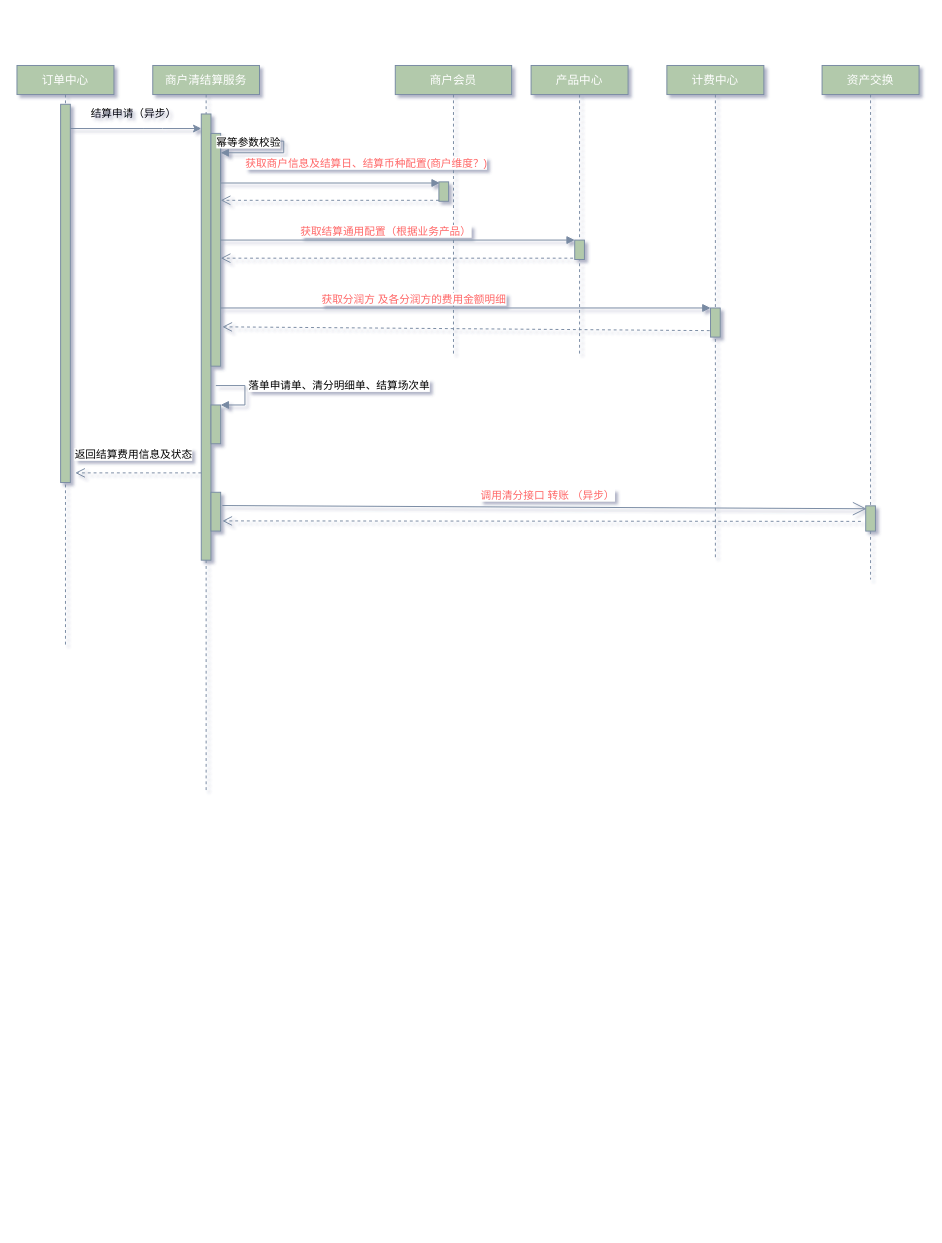
Before: merchant-settle/Untitled Diagram.drawio in DominicElvira/Diagrams, a draw.io diagram. Source tidied: cells renumbered, new cells numbered last; positions are measured from the earlier drawing's top-left corner, leaving out a move shared by most shapes. Both pictures are drawn from the tidied source at 97%, with x=0, y=0 at pixel (16, 65).
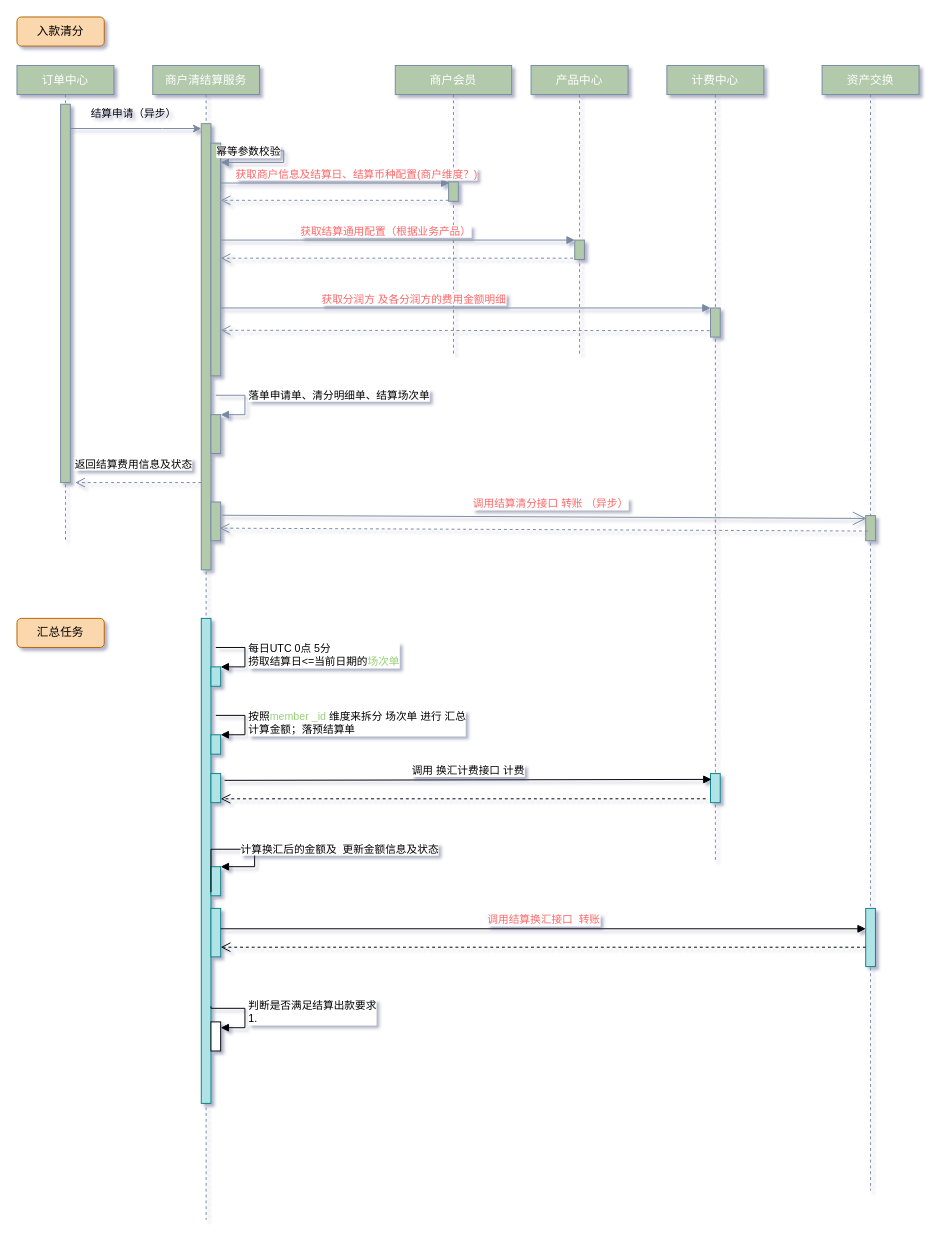
After the change.

Unchanged cells that the change refers to:
```xml
<mxCell id="13" style="html=1;points=[];perimeter=orthogonalPerimeter;fontSize=11;fontColor=#000000;strokeColor=#788AA3;fillColor=#B2C9AB;" parent="12" vertex="1">
  <mxGeometry x="45" y="250" width="10" height="30" as="geometry" />
</mxCell>
<mxCell id="16" value="商户会员" style="shape=umlLifeline;perimeter=lifelinePerimeter;shadow=0;strokeWidth=1;fillColor=#B2C9AB;strokeColor=#788AA3;fontColor=#FFFFFF;rounded=0;size=30;" parent="1" vertex="1">
  <mxGeometry x="390" width="120" height="300" as="geometry" />
</mxCell>
```

Diff of the diagram source:
```diff
@@
     <mxCell id="2" value="订单中心" style="shape=umlLifeline;perimeter=lifelinePerimeter;shadow=0;strokeWidth=1;fillColor=#B2C9AB;strokeColor=#788AA3;fontColor=#FFFFFF;rounded=0;size=30;" parent="1" vertex="1">
-      <mxGeometry width="100" height="600" as="geometry" />
+      <mxGeometry width="100" height="490" as="geometry" />
     </mxCell>
@@
     <mxCell id="4" value="商户清结算服务" style="shape=umlLifeline;perimeter=lifelinePerimeter;shadow=0;strokeWidth=1;fillColor=#B2C9AB;strokeColor=#788AA3;fontColor=#FFFFFF;rounded=0;size=30;" parent="1" vertex="1">
-      <mxGeometry x="140" width="110" height="750" as="geometry" />
+      <mxGeometry x="140" width="110" height="1190" as="geometry" />
     </mxCell>
     <mxCell id="5" style="points=[];perimeter=orthogonalPerimeter;shadow=0;strokeWidth=1;fillColor=#B2C9AB;strokeColor=#788AA3;fontColor=#46495D;rounded=0;" parent="4" vertex="1">
-      <mxGeometry x="50" y="50" width="10" height="460" as="geometry" />
+      <mxGeometry x="50" y="60" width="10" height="460" as="geometry" />
     </mxCell>
     <mxCell id="6" style="html=1;points=[];perimeter=orthogonalPerimeter;fontSize=11;fontColor=#000000;strokeColor=#788AA3;fillColor=#B2C9AB;" parent="4" vertex="1">
-      <mxGeometry x="60" y="70" width="10" height="240" as="geometry" />
+      <mxGeometry x="60" y="80" width="10" height="240" as="geometry" />
     </mxCell>
     <mxCell id="7" value="幂等参数校验" style="edgeStyle=orthogonalEdgeStyle;html=1;align=left;spacingLeft=2;endArrow=block;rounded=0;fontSize=11;fontColor=#000000;strokeColor=#788AA3;fillColor=#B2C9AB;curved=0;exitX=1.003;exitY=0.207;exitDx=0;exitDy=0;exitPerimeter=0;" parent="4" edge="1" source="6" target="6">
       <mxGeometry x="-0.55" y="8" relative="1" as="geometry">
         <Array as="points">
-          <mxPoint x="135" y="78" />
-          <mxPoint x="135" y="90" />
+          <mxPoint x="135" y="88" />
+          <mxPoint x="135" y="100" />
         </Array>
       </mxGeometry>
     </mxCell>
     <mxCell id="8" style="html=1;points=[];perimeter=orthogonalPerimeter;fontSize=11;fontColor=#000000;strokeColor=#788AA3;fillColor=#B2C9AB;" parent="4" vertex="1">
-      <mxGeometry x="60" y="350" width="10" height="40" as="geometry" />
+      <mxGeometry x="60" y="360" width="10" height="40" as="geometry" />
     </mxCell>
     <mxCell id="9" value="落单申请单、清分明细单、结算场次单" style="edgeStyle=orthogonalEdgeStyle;html=1;align=left;spacingLeft=2;endArrow=block;rounded=0;entryX=1;entryY=0;fontSize=11;fontColor=#000000;strokeColor=#788AA3;strokeWidth=1;fillColor=#B2C9AB;curved=0;jumpStyle=none;" parent="4" edge="1" target="8">
       <mxGeometry x="-0.2" relative="1" as="geometry">
-        <mxPoint x="65" y="330" as="sourcePoint" />
+        <mxPoint x="65" y="340" as="sourcePoint" />
         <Array as="points">
-          <mxPoint x="95" y="330" />
+          <mxPoint x="95" y="340" />
         </Array>
       </mxGeometry>
     </mxCell>
     <mxCell id="10" value="返回结算费用信息及状态" style="html=1;verticalAlign=bottom;endArrow=open;dashed=1;endSize=8;fontSize=11;fontColor=#000000;strokeColor=#788AA3;strokeWidth=1;fillColor=#B2C9AB;curved=0;jumpStyle=none;" parent="4" edge="1">
       <mxGeometry x="0.08" y="-10" relative="1" as="geometry">
-        <mxPoint x="50" y="420" as="sourcePoint" />
-        <mxPoint x="-80" y="420" as="targetPoint" />
+        <mxPoint x="50" y="430" as="sourcePoint" />
+        <mxPoint x="-80" y="430" as="targetPoint" />
       </mxGeometry>
     </mxCell>
     <mxCell id="11" style="html=1;points=[];perimeter=orthogonalPerimeter;fontSize=11;fontColor=#000000;strokeColor=#788AA3;fillColor=#B2C9AB;" parent="4" vertex="1">
-      <mxGeometry x="60" y="440" width="10" height="40" as="geometry" />
+      <mxGeometry x="60" y="450" width="10" height="40" as="geometry" />
     </mxCell>
+    <mxCell id="30" style="html=1;perimeter=orthogonalPerimeter;fillColor=#b0e3e6;strokeColor=#0e8088;" parent="4" vertex="1">
+      <mxGeometry x="50" y="570" width="10" height="500" as="geometry" />
+    </mxCell>
+    <mxCell id="31" style="html=1;points=[];perimeter=orthogonalPerimeter;fillColor=#b0e3e6;strokeColor=#0e8088;" parent="4" vertex="1">
+      <mxGeometry x="60" y="620" width="10" height="20" as="geometry" />
+    </mxCell>
+    <mxCell id="32" value="每日UTC 0点 5分 &lt;br&gt;捞取结算日&amp;lt;=当前日期的&lt;font color=&quot;#97d077&quot;&gt;场次单&lt;/font&gt;" style="edgeStyle=orthogonalEdgeStyle;html=1;align=left;spacingLeft=2;endArrow=block;rounded=0;entryX=1;entryY=0;" parent="4" edge="1" target="31">
+      <mxGeometry relative="1" as="geometry">
+        <mxPoint x="65" y="600" as="sourcePoint" />
+        <Array as="points">
+          <mxPoint x="95" y="600" />
+        </Array>
+      </mxGeometry>
+    </mxCell>
+    <mxCell id="33" style="html=1;points=[];perimeter=orthogonalPerimeter;fillColor=#b0e3e6;strokeColor=#0e8088;" parent="4" vertex="1">
+      <mxGeometry x="60" y="690" width="10" height="20" as="geometry" />
+    </mxCell>
+    <mxCell id="34" value="&lt;font color=&quot;#000000&quot;&gt;按照&lt;/font&gt;&lt;font color=&quot;#97d077&quot;&gt;member _id&lt;/font&gt;&lt;font color=&quot;#000000&quot;&gt; 维度来拆分 场次单 进行 汇总&lt;br&gt;计算金额；落预结算单&lt;/font&gt;" style="edgeStyle=orthogonalEdgeStyle;html=1;align=left;spacingLeft=2;endArrow=block;rounded=0;entryX=1;entryY=0;fontColor=#FF6666;" parent="4" edge="1" target="33">
+      <mxGeometry relative="1" as="geometry">
+        <mxPoint x="65" y="670" as="sourcePoint" />
+        <Array as="points">
+          <mxPoint x="95" y="670" />
+        </Array>
+      </mxGeometry>
+    </mxCell>
+    <mxCell id="35" style="html=1;points=[];perimeter=orthogonalPerimeter;fillColor=#b0e3e6;strokeColor=#0e8088;" parent="4" vertex="1">
+      <mxGeometry x="60" y="869" width="10" height="50" as="geometry" />
+    </mxCell>
+    <mxCell id="36" style="html=1;points=[];perimeter=orthogonalPerimeter;fillColor=#b0e3e6;strokeColor=#0e8088;" parent="4" vertex="1">
+      <mxGeometry x="60" y="826" width="10" height="30" as="geometry" />
+    </mxCell>
+    <mxCell id="37" value="&lt;font color=&quot;#000000&quot;&gt;计算换汇后的金额及&amp;nbsp; 更新金额信息及状态&lt;/font&gt;" style="edgeStyle=orthogonalEdgeStyle;html=1;align=left;spacingLeft=2;endArrow=block;rounded=0;entryX=1;entryY=0;fontColor=#97D077;exitX=1;exitY=0.741;exitDx=0;exitDy=0;exitPerimeter=0;" parent="4" edge="1" target="36">
+      <mxGeometry relative="1" as="geometry">
+        <mxPoint x="60" y="852.4" as="sourcePoint" />
+        <Array as="points">
+          <mxPoint x="105" y="808" />
+          <mxPoint x="105" y="826" />
+        </Array>
+      </mxGeometry>
+    </mxCell>
+    <mxCell id="38" style="html=1;perimeter=orthogonalPerimeter;fontColor=#000000;" parent="4" vertex="1">
+      <mxGeometry x="60" y="986" width="10" height="30" as="geometry" />
+    </mxCell>
+    <mxCell id="39" value="判断是否满足结算出款要求&lt;br&gt;1." style="edgeStyle=orthogonalEdgeStyle;html=1;align=left;spacingLeft=2;endArrow=block;rounded=0;entryX=1;entryY=0;fontColor=#000000;exitX=1;exitY=0.795;exitDx=0;exitDy=0;exitPerimeter=0;" parent="4" edge="1">
+      <mxGeometry relative="1" as="geometry">
+        <mxPoint x="60" y="970" as="sourcePoint" />
+        <mxPoint x="70" y="992" as="targetPoint" />
+        <Array as="points">
+          <mxPoint x="60" y="972" />
+          <mxPoint x="95" y="972" />
+          <mxPoint x="95" y="992" />
+        </Array>
+      </mxGeometry>
+    </mxCell>
+    <mxCell id="40" style="html=1;points=[];perimeter=orthogonalPerimeter;fillColor=#b0e3e6;strokeColor=#0e8088;" parent="4" vertex="1">
+      <mxGeometry x="60" y="730" width="10" height="30" as="geometry" />
+    </mxCell>
     <mxCell id="12" value="计费中心" style="shape=umlLifeline;perimeter=lifelinePerimeter;shadow=0;strokeWidth=1;fillColor=#B2C9AB;strokeColor=#788AA3;fontColor=#FFFFFF;rounded=0;size=30;" parent="1" vertex="1">
-      <mxGeometry x="670" width="100" height="510" as="geometry" />
+      <mxGeometry x="670" width="100" height="820" as="geometry" />
     </mxCell>
@@
+    <mxCell id="41" style="html=1;points=[];perimeter=orthogonalPerimeter;fillColor=#b0e3e6;strokeColor=#0e8088;" parent="12" vertex="1">
+      <mxGeometry x="45" y="730" width="10" height="30" as="geometry" />
+    </mxCell>
     <mxCell id="14" value="资产交换" style="shape=umlLifeline;perimeter=lifelinePerimeter;shadow=0;strokeWidth=1;fillColor=#B2C9AB;strokeColor=#788AA3;fontColor=#FFFFFF;rounded=0;size=30;" parent="1" vertex="1">
-      <mxGeometry x="830" width="100" height="530" as="geometry" />
+      <mxGeometry x="830" width="100" height="1160" as="geometry" />
     </mxCell>
     <mxCell id="15" style="html=1;points=[];perimeter=orthogonalPerimeter;fontSize=11;fontColor=#000000;strokeColor=#788AA3;fillColor=#B2C9AB;" parent="14" vertex="1">
-      <mxGeometry x="45" y="454" width="10" height="26" as="geometry" />
+      <mxGeometry x="45" y="464" width="10" height="26" as="geometry" />
     </mxCell>
+    <mxCell id="42" style="html=1;points=[];perimeter=orthogonalPerimeter;fillColor=#b0e3e6;strokeColor=#0e8088;" parent="14" vertex="1">
+      <mxGeometry x="45" y="869" width="10" height="60" as="geometry" />
+    </mxCell>
+    <mxCell id="43" style="html=1;verticalAlign=bottom;endArrow=open;dashed=1;endSize=8;rounded=0;fontColor=#97D077;" parent="14" edge="1" target="35">
+      <mxGeometry relative="1" as="geometry">
+        <mxPoint x="45" y="909" as="sourcePoint" />
+      </mxGeometry>
+    </mxCell>
@@
     <mxCell id="17" style="html=1;points=[];perimeter=orthogonalPerimeter;fontSize=11;fontColor=#000000;strokeColor=#788AA3;fillColor=#B2C9AB;" parent="16" vertex="1">
-      <mxGeometry x="45" y="120" width="10" height="20" as="geometry" />
+      <mxGeometry x="55" y="120" width="10" height="20" as="geometry" />
     </mxCell>
@@
     <mxCell id="20" value="&lt;font color=&quot;#ff6666&quot;&gt;获取商户信息及结算日、结算币种配置(商户维度？)&lt;/font&gt;" style="html=1;verticalAlign=bottom;endArrow=block;fontSize=11;fontColor=#000000;strokeColor=#788AA3;fillColor=#B2C9AB;curved=0;entryX=0.083;entryY=0.058;entryDx=0;entryDy=0;entryPerimeter=0;strokeWidth=1;jumpStyle=none;" parent="1" edge="1" source="6" target="17">
-      <mxGeometry x="0.33" y="11" relative="1" as="geometry" />
+      <mxGeometry x="0.19" relative="1" as="geometry" />
     </mxCell>
@@
-    <mxCell id="27" style="html=1;verticalAlign=bottom;endArrow=open;dashed=1;endSize=8;fontSize=11;fontColor=#000000;strokeColor=#788AA3;strokeWidth=1;fillColor=#B2C9AB;curved=0;jumpStyle=none;entryX=1.167;entryY=0.831;entryDx=0;entryDy=0;entryPerimeter=0;exitX=-0.083;exitY=0.779;exitDx=0;exitDy=0;exitPerimeter=0;" parent="1" edge="1" source="13" target="6">
-      <mxGeometry relative="1" as="geometry" />
+    <mxCell id="27" style="html=1;verticalAlign=bottom;endArrow=open;dashed=1;endSize=8;fontSize=11;fontColor=#000000;strokeColor=#788AA3;strokeWidth=1;fillColor=#B2C9AB;curved=0;jumpStyle=none;exitX=-0.083;exitY=0.779;exitDx=0;exitDy=0;exitPerimeter=0;" parent="1" edge="1" source="13">
+      <mxGeometry relative="1" as="geometry">
+        <mxPoint x="210" y="273" as="targetPoint" />
+      </mxGeometry>
     </mxCell>
-    <mxCell id="28" value="&lt;font color=&quot;#ff6666&quot;&gt;调用清分接口 转账 （异步）&lt;/font&gt;" style="html=1;verticalAlign=bottom;endArrow=open;dashed=1;endSize=8;fontSize=11;fontColor=#000000;strokeColor=#788AA3;strokeWidth=1;fillColor=#B2C9AB;curved=0;jumpStyle=none;entryX=1.167;entryY=0.738;entryDx=0;entryDy=0;entryPerimeter=0;" parent="1" edge="1" target="11">
-      <mxGeometry x="-0.02" y="-18" relative="1" as="geometry">
-        <mxPoint x="870" y="470" as="sourcePoint" />
-      </mxGeometry>
+    <mxCell id="28" value="&lt;font color=&quot;#ff6666&quot;&gt;调用结算清分接口 转账 （异步）&lt;/font&gt;" style="html=1;verticalAlign=bottom;endArrow=open;dashed=1;endSize=8;fontSize=11;fontColor=#000000;strokeColor=#788AA3;strokeWidth=1;fillColor=#B2C9AB;curved=0;jumpStyle=none;entryX=0.9;entryY=0.675;entryDx=0;entryDy=0;entryPerimeter=0;exitX=0.2;exitY=0.615;exitDx=0;exitDy=0;exitPerimeter=0;" parent="1" edge="1" source="15" target="11">
+      <mxGeometry x="-0.02" y="-18" relative="1" as="geometry" />
     </mxCell>
@@
+    <mxCell id="44" value="调用结算换汇接口&amp;nbsp; 转账" style="html=1;verticalAlign=bottom;startArrow=none;endArrow=block;rounded=0;fontColor=#FF6666;startFill=0;entryX=0;entryY=0.35;entryDx=0;entryDy=0;entryPerimeter=0;" parent="1" edge="1" source="35" target="42">
+      <mxGeometry relative="1" as="geometry" />
+    </mxCell>
+    <mxCell id="45" value="汇总任务" style="rounded=1;whiteSpace=wrap;html=1;fillColor=#fad7ac;strokeColor=#b46504;" parent="1" vertex="1">
+      <mxGeometry y="570" width="90" height="30" as="geometry" />
+    </mxCell>
+    <mxCell id="46" value="入款清分" style="rounded=1;whiteSpace=wrap;html=1;fillColor=#fad7ac;strokeColor=#b46504;" parent="1" vertex="1">
+      <mxGeometry y="-50" width="90" height="30" as="geometry" />
+    </mxCell>
+    <mxCell id="47" value="调用 换汇计费接口 计费" style="html=1;verticalAlign=bottom;endArrow=block;entryX=0.1;entryY=0.2;rounded=0;fontColor=#000000;exitX=1.4;exitY=0.233;exitDx=0;exitDy=0;exitPerimeter=0;entryDx=0;entryDy=0;entryPerimeter=0;" parent="1" edge="1" source="40" target="41">
+      <mxGeometry relative="1" as="geometry" />
+    </mxCell>
+    <mxCell id="48" style="html=1;verticalAlign=bottom;endArrow=open;dashed=1;endSize=8;rounded=0;fontColor=#000000;entryX=1;entryY=0.867;entryDx=0;entryDy=0;entryPerimeter=0;" parent="1" edge="1" target="40">
+      <mxGeometry relative="1" as="geometry">
+        <mxPoint x="710" y="756" as="sourcePoint" />
+      </mxGeometry>
+    </mxCell>
```
